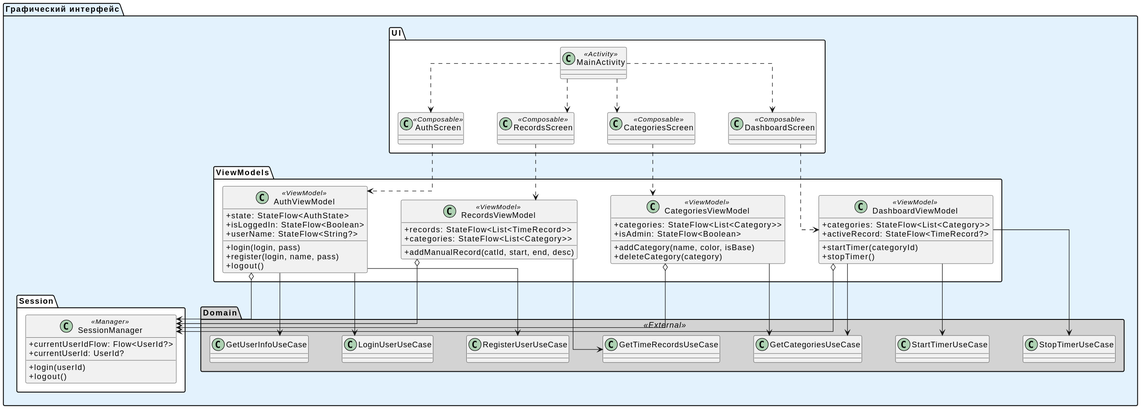
The PlantUML diagram docs/L4_app.svg in da-fuu/IU7_7sem_Web, before a commit.
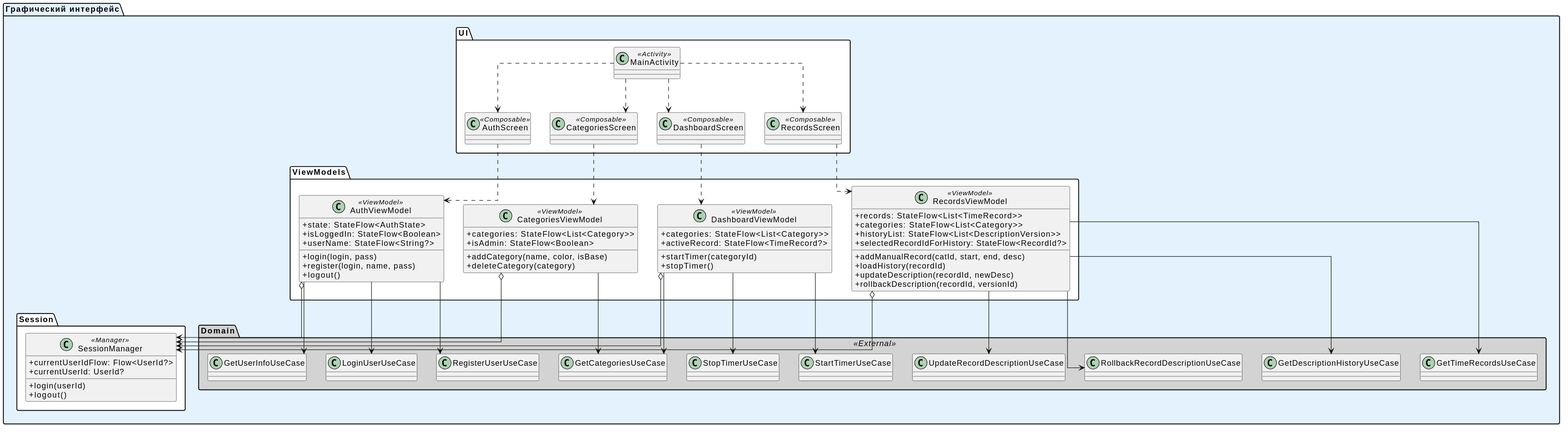
After the commit.

The edit, as a diff of the source:
```diff
@@ -1,8 +1,6 @@
 @startuml
 skinparam classAttributeIconSize 0
 skinparam linetype ortho
-skinparam nodesep 60
-skinparam ranksep 60
 
 package "Графический интерфейс" #E3F2FD {
 
@@ -41,7 +39,12 @@
         class RecordsViewModel <<ViewModel>> {
             + records: StateFlow<List<TimeRecord>>
             + categories: StateFlow<List<Category>>
+            + historyList: StateFlow<List<DescriptionVersion>>
+            + selectedRecordIdForHistory: StateFlow<RecordId?>
             + addManualRecord(catId, start, end, desc)
+            + loadHistory(recordId)
+            + updateDescription(recordId, newDesc)
+            + rollbackDescription(recordId, versionId)
         }
     }
 
@@ -77,6 +80,9 @@
         class StopTimerUseCase
         class GetCategoriesUseCase
         class GetTimeRecordsUseCase
+        class UpdateRecordDescriptionUseCase
+        class RollbackRecordDescriptionUseCase
+        class GetDescriptionHistoryUseCase
     }
 
     AuthViewModel --> LoginUserUseCase
@@ -90,5 +96,8 @@
     CategoriesViewModel --> GetCategoriesUseCase
 
     RecordsViewModel --> GetTimeRecordsUseCase
+    RecordsViewModel --> UpdateRecordDescriptionUseCase
+    RecordsViewModel --> RollbackRecordDescriptionUseCase
+    RecordsViewModel --> GetDescriptionHistoryUseCase
 }
 @enduml
```
